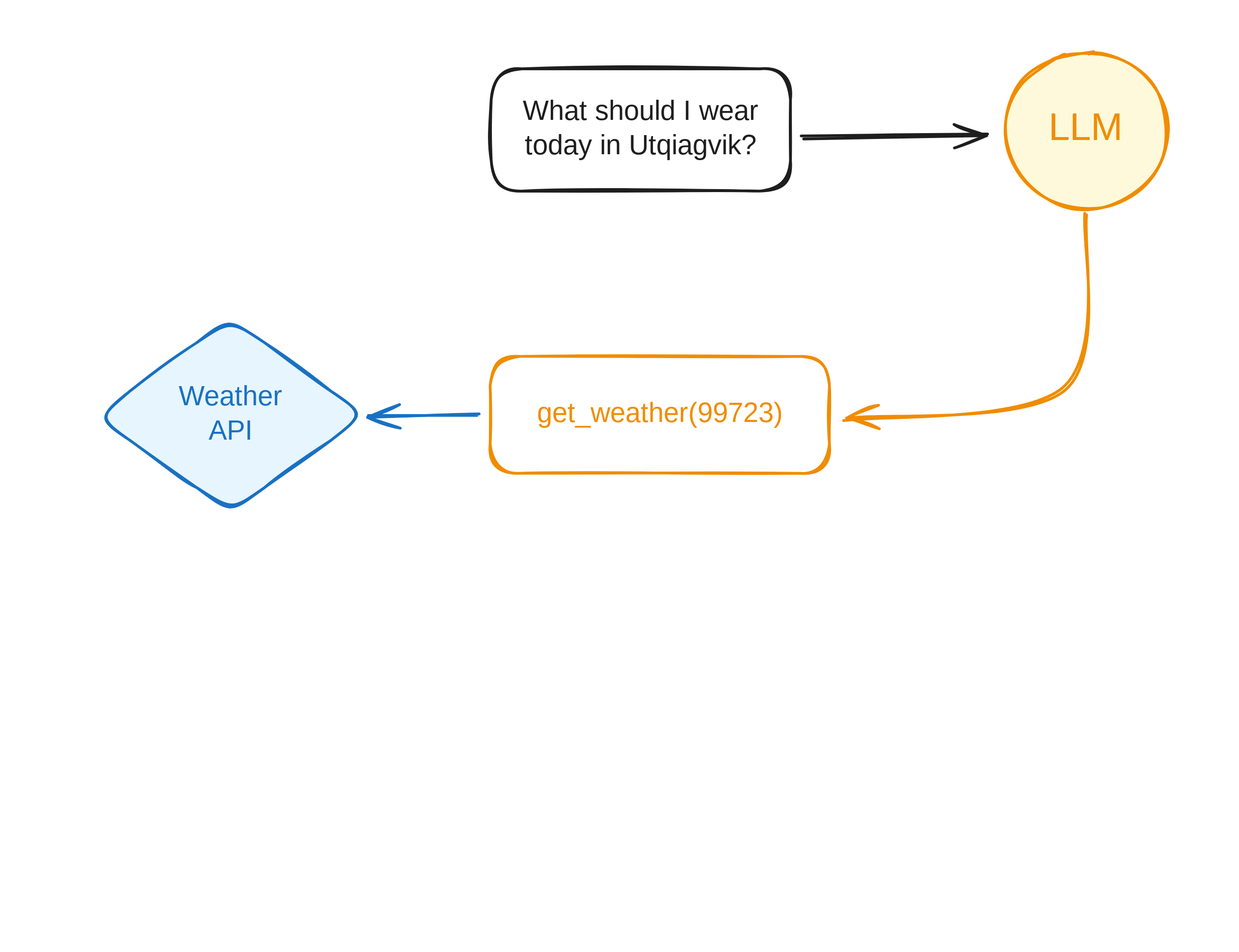
skaltman/r-pharma-llm keeps this Excalidraw diagram as website/slides/assets/tools-diagram-03.excalidraw.svg. Above is the earlier version. Source tidied: one line per element, renumbered; positions are measured from the earlier drawing's top-left corner, leaving out a move shared by most shapes.
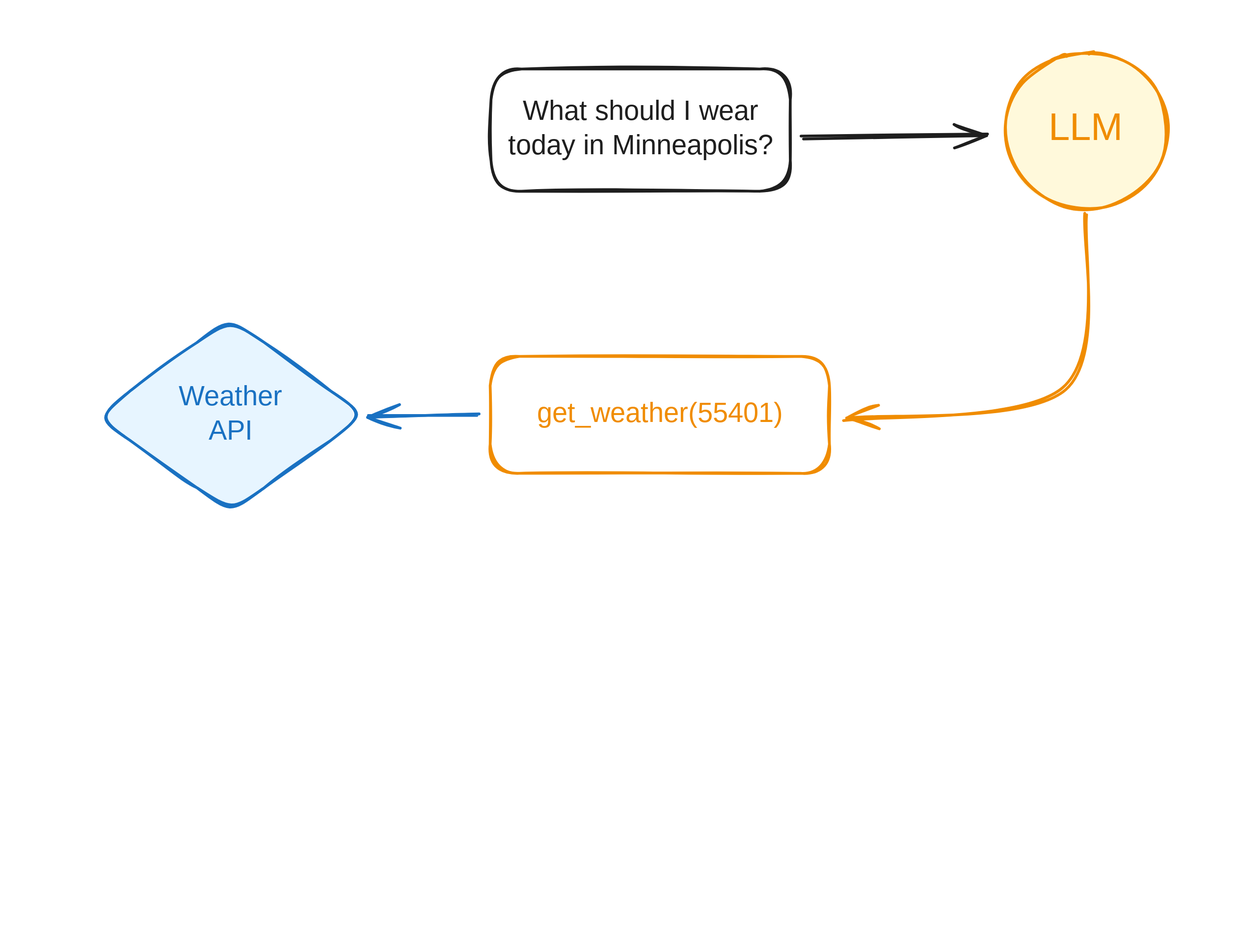
The same file after the commit.

What changed in the source:
```diff
@@ -1,11 +1,11 @@
 {"id": 0, "type": "rectangle", "strokeColor": "#1e1e1e", "strokeWidth": 2, "roughness": 1, "round": true, "x": 347, "y": 40, "width": 218, "height": 89}
-{"id": 1, "type": "text", "text": "What should I wear\ntoday in Utqiagvik?", "strokeColor": "#1e1e1e", "strokeWidth": 2, "roughness": 1, "fontSize": 20, "fontFamily": 5, "textAlign": "center", "verticalAlign": "middle", "inside": 0, "x": 361, "y": 60, "width": 191, "height": 50}
+{"id": 1, "type": "text", "text": "What should I wear\ntoday in Minneapolis?", "strokeColor": "#1e1e1e", "strokeWidth": 2, "roughness": 1, "fontSize": 20, "fontFamily": 5, "textAlign": "center", "verticalAlign": "middle", "inside": 0, "x": 354, "y": 60, "width": 204, "height": 50}
 {"id": 2, "type": "ellipse", "strokeColor": "#f08c00", "backgroundColor": "#fff9db", "fillStyle": "solid", "strokeWidth": 2, "roughness": 1, "round": true, "x": 721, "y": 28, "width": 119, "height": 114}
 {"id": 3, "type": "text", "text": "LLM", "strokeColor": "#f08c00", "backgroundColor": "#ffec99", "fillStyle": "solid", "strokeWidth": 2, "roughness": 1, "fontSize": 28, "fontFamily": 5, "textAlign": "center", "verticalAlign": "middle", "inside": 2, "x": 754, "y": 67, "width": 52, "height": 35}
-{"id": 4, "type": "arrow", "strokeColor": "#1e1e1e", "backgroundColor": "#b2f2bb", "fillStyle": "solid", "strokeWidth": 2, "roughness": 1, "endArrowhead": "arrow", "round": true, "from": 0, "to": 2, "x": 574, "y": 90, "width": 134, "height": 2, "points": [[0, 0], [134, -2]]}
+{"id": 4, "type": "arrow", "strokeColor": "#1e1e1e", "backgroundColor": "#b2f2bb", "fillStyle": "solid", "strokeWidth": 2, "roughness": 1, "endArrowhead": "arrow", "round": true, "from": 0, "to": 2, "x": 574, "y": 90, "width": 135, "height": 2, "points": [[0, 0], [135, -2]]}
 {"id": 5, "type": "arrow", "strokeColor": "#f08c00", "backgroundColor": "#b2f2bb", "fillStyle": "solid", "strokeWidth": 2, "roughness": 1, "endArrowhead": "arrow", "round": true, "from": 2, "to": 6, "x": 781, "y": 146, "width": 176, "height": 148, "points": [[0, 0], [-16, 126], [-176, 148]]}
 {"id": 6, "type": "rectangle", "strokeColor": "#f08c00", "strokeWidth": 2, "roughness": 1, "round": true, "x": 347, "y": 249, "width": 247, "height": 85}
-{"id": 7, "type": "text", "text": "get_weather(99723)", "strokeColor": "#f08c00", "strokeWidth": 2, "roughness": 1, "fontSize": 20, "fontFamily": 5, "textAlign": "center", "verticalAlign": "middle", "inside": 6, "x": 369, "y": 279, "width": 203, "height": 25}
+{"id": 7, "type": "text", "text": "get_weather(55401)", "strokeColor": "#f08c00", "strokeWidth": 2, "roughness": 1, "fontSize": 20, "fontFamily": 5, "textAlign": "center", "verticalAlign": "middle", "inside": 6, "x": 371, "y": 279, "width": 199, "height": 25}
 {"id": 8, "type": "arrow", "strokeColor": "#1971c2", "strokeWidth": 2, "roughness": 1, "endArrowhead": "arrow", "round": true, "from": 6, "to": 9, "x": 338, "y": 292, "width": 81, "height": 0, "points": [[0, 0], [-81, 0]]}
 {"id": 9, "type": "diamond", "strokeColor": "#1971c2", "backgroundColor": "#e7f5ff", "fillStyle": "solid", "strokeWidth": 2, "roughness": 1, "round": true, "x": 60, "y": 221, "width": 196, "height": 141}
 {"id": 10, "type": "text", "text": "Weather\nAPI", "strokeColor": "#1971c2", "backgroundColor": "#e7f5ff", "fillStyle": "solid", "strokeWidth": 2, "roughness": 1, "fontSize": 20, "fontFamily": 5, "textAlign": "center", "verticalAlign": "middle", "inside": 9, "x": 118, "y": 267, "width": 79, "height": 50}
```
